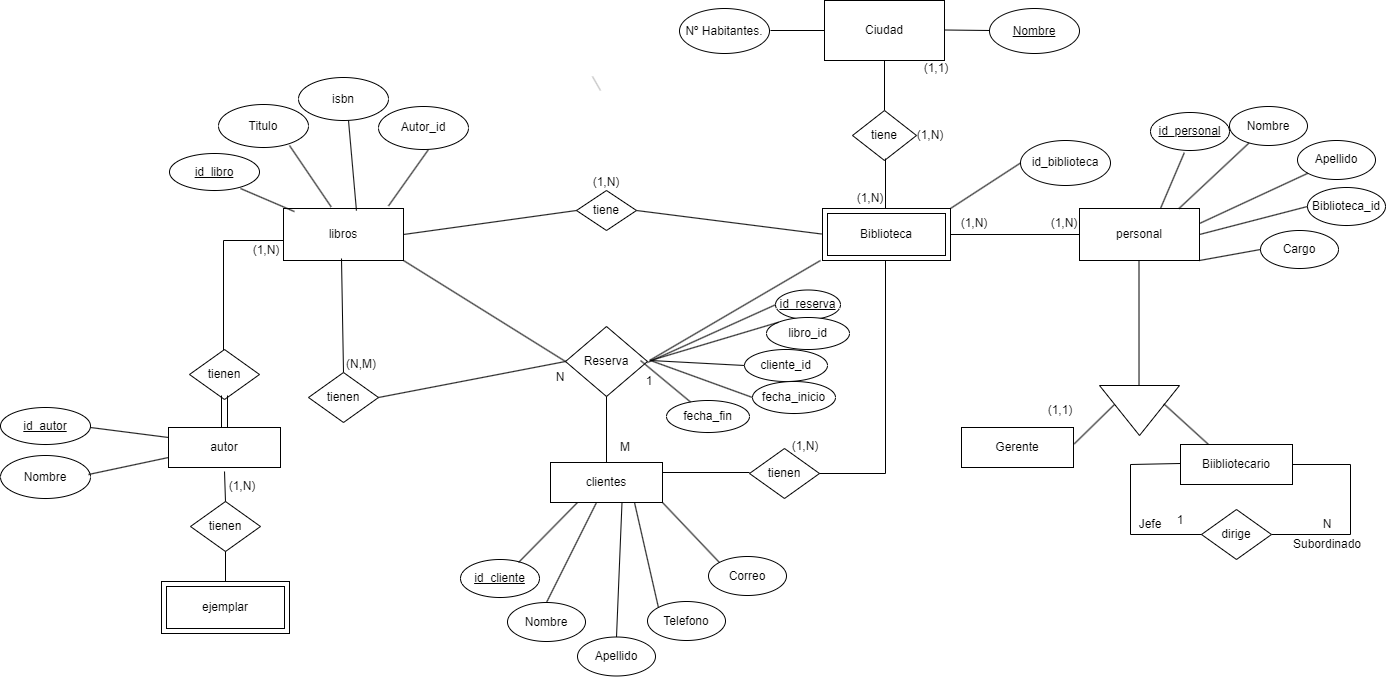
Earlier version of the draw.io export images/Diagrama_biblioteca.png (gmarquinez/Entity_Relationship). Source tidied: cells renumbered, new cells last; positions are measured from the earlier drawing's top-left corner, leaving out a move shared by most shapes.
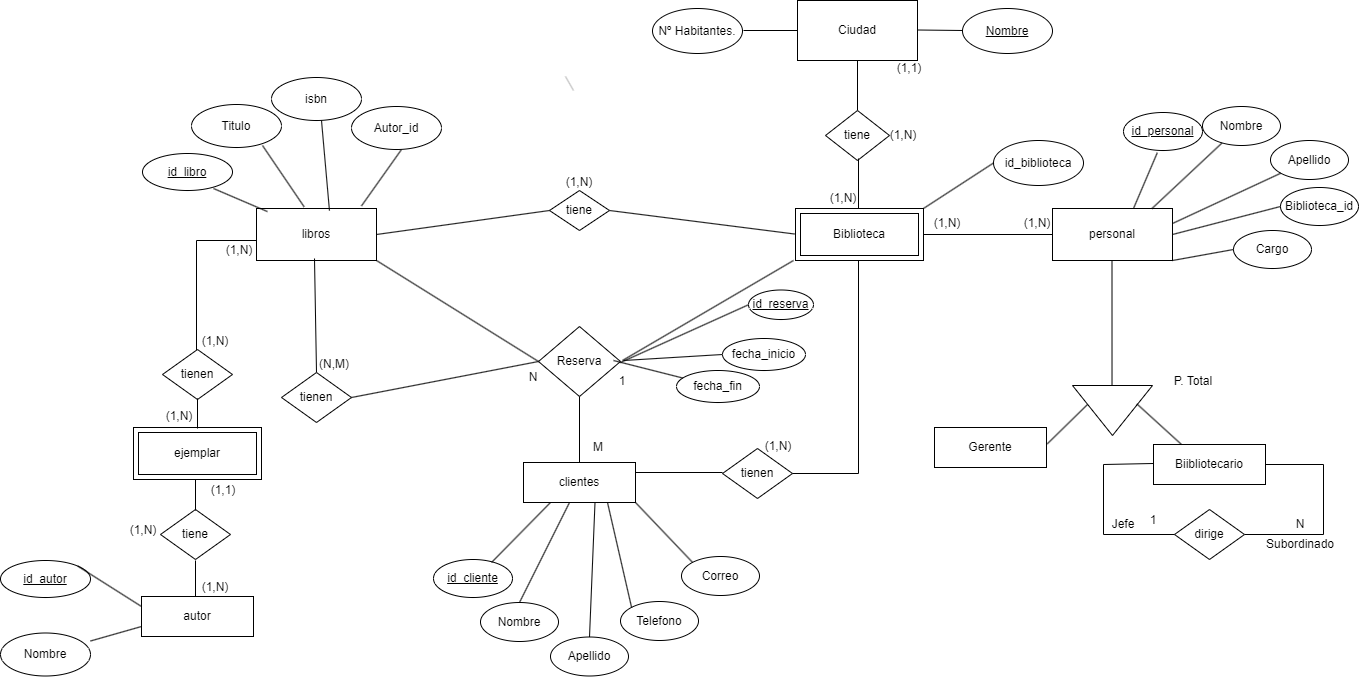
After the change.

Commit message:
fix() correction diagram

The edit, as a diff of the source:
```diff
@@ -116,38 +116,28 @@
     <mxCell id="29" value="tienen" style="rhombus;whiteSpace=wrap;html=1;" parent="1" vertex="1">
       <mxGeometry x="189" y="349" width="70" height="50" as="geometry" />
     </mxCell>
-    <mxCell id="30" style="endArrow=none;html=1;rounded=0;" parent="1" edge="1">
-      <mxGeometry relative="1" as="geometry">
-        <mxPoint x="227" y="431" as="sourcePoint" />
-        <mxPoint x="227" y="395" as="targetPoint" />
-      </mxGeometry>
-    </mxCell>
     <mxCell id="31" style="endArrow=none;html=1;rounded=0;" parent="1" edge="1">
       <mxGeometry relative="1" as="geometry">
-        <mxPoint x="221" y="431" as="sourcePoint" />
-        <mxPoint x="221" y="395" as="targetPoint" />
+        <mxPoint x="222" y="596" as="sourcePoint" />
+        <mxPoint x="222" y="560" as="targetPoint" />
       </mxGeometry>
     </mxCell>
     <mxCell id="32" value="autor" style="rounded=0;whiteSpace=wrap;html=1;" parent="1" vertex="1">
-      <mxGeometry x="168" y="427" width="112" height="40" as="geometry" />
+      <mxGeometry x="168" y="596" width="112" height="40" as="geometry" />
     </mxCell>
     <mxCell id="33" style="rounded=0;whiteSpace=wrap;html=1;" parent="1" vertex="1">
-      <mxGeometry x="161" y="581" width="128" height="52" as="geometry" />
+      <mxGeometry x="160" y="427" width="128" height="52" as="geometry" />
     </mxCell>
     <mxCell id="34" value="ejemplar" style="rounded=0;whiteSpace=wrap;html=1;" parent="1" vertex="1">
-      <mxGeometry x="166" y="586" width="118" height="42" as="geometry" />
+      <mxGeometry x="165" y="432" width="118" height="42" as="geometry" />
     </mxCell>
-    <mxCell id="35" value="tienen" style="rhombus;whiteSpace=wrap;html=1;" parent="1" vertex="1">
-      <mxGeometry x="190" y="501" width="70" height="50" as="geometry" />
+    <mxCell id="35" value="tiene" style="rhombus;whiteSpace=wrap;html=1;" parent="1" vertex="1">
+      <mxGeometry x="187" y="509" width="70" height="50" as="geometry" />
     </mxCell>
-    <mxCell id="36" style="endArrow=none;html=1;rounded=0;exitX=0.5;exitY=0;exitDx=0;exitDy=0;" parent="1" edge="1" source="35">
-      <mxGeometry relative="1" as="geometry">
-        <mxPoint x="224" y="471" as="targetPoint" />
-      </mxGeometry>
-    </mxCell>
-    <mxCell id="37" style="endArrow=none;html=1;rounded=0;entryX=0.5;entryY=1;entryDx=0;entryDy=0;" parent="1" edge="1" target="35">
+    <mxCell id="37" style="endArrow=none;html=1;rounded=0;entryX=0.5;entryY=1;entryDx=0;entryDy=0;" parent="1" edge="1">
       <mxGeometry relative="1" as="geometry">
-        <mxPoint x="225" y="581" as="sourcePoint" />
+        <mxPoint x="224" y="428" as="sourcePoint" />
+        <mxPoint x="224" y="398" as="targetPoint" />
       </mxGeometry>
     </mxCell>
     <mxCell id="38" style="endArrow=none;html=1;rounded=0;exitX=1;exitY=0.5;exitDx=0;exitDy=0;" parent="1" edge="1" source="9">
@@ -334,31 +324,23 @@
     <mxCell id="85" value="&lt;u&gt;id_reserva&lt;/u&gt;" style="ellipse;whiteSpace=wrap;html=1;" parent="1" vertex="1">
       <mxGeometry x="775" y="289.5" width="65" height="29.5" as="geometry" />
     </mxCell>
-    <mxCell id="86" value="cliente_id" style="ellipse;whiteSpace=wrap;html=1;" parent="1" vertex="1">
-      <mxGeometry x="744" y="349" width="83" height="32" as="geometry" />
-    </mxCell>
-    <mxCell id="87" value="libro_id" style="ellipse;whiteSpace=wrap;html=1;" parent="1" vertex="1">
-      <mxGeometry x="766" y="317" width="83" height="32" as="geometry" />
-    </mxCell>
-    <mxCell id="88" style="edgeStyle=orthogonalEdgeStyle;rounded=0;orthogonalLoop=1;jettySize=auto;html=1;exitX=0.5;exitY=1;exitDx=0;exitDy=0;" parent="1" edge="1" source="87" target="87">
-      <mxGeometry relative="1" as="geometry" />
+    <mxCell id="88" style="edgeStyle=orthogonalEdgeStyle;rounded=0;orthogonalLoop=1;jettySize=auto;html=1;exitX=0.5;exitY=1;exitDx=0;exitDy=0;" parent="1" edge="1">
+      <mxGeometry relative="1" as="geometry">
+        <mxPoint x="807.5" y="349" as="sourcePoint" />
+        <mxPoint x="807.5" y="349" as="targetPoint" />
+      </mxGeometry>
     </mxCell>
     <mxCell id="89" value="fecha_inicio" style="ellipse;whiteSpace=wrap;html=1;" parent="1" vertex="1">
-      <mxGeometry x="752" y="381" width="83" height="32" as="geometry" />
+      <mxGeometry x="749" y="338" width="83" height="32" as="geometry" />
     </mxCell>
     <mxCell id="90" value="fecha_fin" style="ellipse;whiteSpace=wrap;html=1;" parent="1" vertex="1">
-      <mxGeometry x="666" y="400" width="83" height="32" as="geometry" />
+      <mxGeometry x="703" y="370" width="83" height="32" as="geometry" />
     </mxCell>
     <mxCell id="91" style="endArrow=none;html=1;rounded=0;entryX=0;entryY=0.5;entryDx=0;entryDy=0;" parent="1" edge="1" target="85">
       <mxGeometry relative="1" as="geometry">
         <mxPoint x="647" y="362" as="sourcePoint" />
       </mxGeometry>
     </mxCell>
-    <mxCell id="92" style="endArrow=none;html=1;rounded=0;entryX=0;entryY=0;entryDx=0;entryDy=0;" parent="1" edge="1" target="87">
-      <mxGeometry relative="1" as="geometry">
-        <mxPoint x="650" y="360" as="sourcePoint" />
-      </mxGeometry>
-    </mxCell>
     <mxCell id="93" style="endArrow=none;html=1;rounded=0;exitX=0.915;exitY=0.486;exitDx=0;exitDy=0;exitPerimeter=0;" parent="1" edge="1" source="16" target="90">
       <mxGeometry relative="1" as="geometry" />
     </mxCell>
@@ -367,26 +349,17 @@
         <mxPoint x="650" y="360" as="sourcePoint" />
       </mxGeometry>
     </mxCell>
-    <mxCell id="95" style="endArrow=none;html=1;rounded=0;entryX=0;entryY=0.5;entryDx=0;entryDy=0;" parent="1" edge="1" target="86">
-      <mxGeometry relative="1" as="geometry">
-        <mxPoint x="650" y="360" as="sourcePoint" />
-      </mxGeometry>
-    </mxCell>
     <mxCell id="96" value="&lt;u&gt;id_autor&lt;/u&gt;" style="ellipse;whiteSpace=wrap;html=1;" parent="1" vertex="1">
-      <mxGeometry y="407" width="90" height="37" as="geometry" />
+      <mxGeometry x="27" y="560" width="90" height="37" as="geometry" />
     </mxCell>
     <mxCell id="97" value="Nombre" style="ellipse;whiteSpace=wrap;html=1;" parent="1" vertex="1">
-      <mxGeometry y="455" width="90" height="43" as="geometry" />
+      <mxGeometry x="27" y="632.5" width="90" height="43" as="geometry" />
     </mxCell>
-    <mxCell id="98" style="endArrow=none;html=1;rounded=0;entryX=0;entryY=0.25;entryDx=0;entryDy=0;" parent="1" edge="1" target="32">
-      <mxGeometry relative="1" as="geometry">
-        <mxPoint x="90" y="427" as="sourcePoint" />
-      </mxGeometry>
+    <mxCell id="98" style="endArrow=none;html=1;rounded=0;entryX=0;entryY=0.25;entryDx=0;entryDy=0;exitX=1;exitY=0;exitDx=0;exitDy=0;" parent="1" edge="1" source="96" target="32">
+      <mxGeometry relative="1" as="geometry" />
     </mxCell>
-    <mxCell id="99" style="endArrow=none;html=1;rounded=0;entryX=0;entryY=0.75;entryDx=0;entryDy=0;" parent="1" edge="1" target="32">
-      <mxGeometry relative="1" as="geometry">
-        <mxPoint x="88" y="474" as="sourcePoint" />
-      </mxGeometry>
+    <mxCell id="99" style="endArrow=none;html=1;rounded=0;entryX=0;entryY=0.75;entryDx=0;entryDy=0;exitX=1;exitY=0.186;exitDx=0;exitDy=0;exitPerimeter=0;" parent="1" edge="1" source="97" target="32">
+      <mxGeometry relative="1" as="geometry" />
     </mxCell>
     <mxCell id="100" value="&lt;u&gt;id_libro&lt;/u&gt;" style="ellipse;whiteSpace=wrap;html=1;" parent="1" vertex="1">
       <mxGeometry x="169" y="153" width="90" height="37" as="geometry" />
@@ -423,14 +396,32 @@
     <mxCell id="108" value="(1,N)" style="text;strokeColor=none;align=center;fillColor=none;html=1;verticalAlign=middle;whiteSpace=wrap;rounded=0;" parent="1" vertex="1">
       <mxGeometry x="576" y="167" width="60" height="30" as="geometry" />
     </mxCell>
-    <mxCell id="109" value="(1,N)" style="text;strokeColor=none;align=center;fillColor=none;html=1;verticalAlign=middle;whiteSpace=wrap;rounded=0;" parent="1" vertex="1">
-      <mxGeometry x="212" y="471" width="60" height="30" as="geometry" />
-    </mxCell>
     <mxCell id="110" value="(1,N)" style="text;strokeColor=none;align=center;fillColor=none;html=1;verticalAlign=middle;whiteSpace=wrap;rounded=0;" parent="1" vertex="1">
       <mxGeometry x="236" y="235" width="60" height="30" as="geometry" />
     </mxCell>
+    <mxCell id="112" value="(1,N)" style="text;strokeColor=none;align=center;fillColor=none;html=1;verticalAlign=middle;whiteSpace=wrap;rounded=0;" parent="1" vertex="1">
+      <mxGeometry x="212" y="326" width="60" height="30" as="geometry" />
+    </mxCell>
+    <mxCell id="113" value="(1,N)" style="text;strokeColor=none;align=center;fillColor=none;html=1;verticalAlign=middle;whiteSpace=wrap;rounded=0;" parent="1" vertex="1">
+      <mxGeometry x="176" y="401" width="60" height="30" as="geometry" />
+    </mxCell>
+    <mxCell id="114" style="endArrow=none;html=1;rounded=0;" parent="1" edge="1">
+      <mxGeometry relative="1" as="geometry">
+        <mxPoint x="222" y="510" as="sourcePoint" />
+        <mxPoint x="222" y="479" as="targetPoint" />
+      </mxGeometry>
+    </mxCell>
     <mxCell id="111" value="(1,1)" style="text;strokeColor=none;align=center;fillColor=none;html=1;verticalAlign=middle;whiteSpace=wrap;rounded=0;" parent="1" vertex="1">
-      <mxGeometry x="1030" y="395" width="60" height="30" as="geometry" />
+      <mxGeometry x="220" y="475" width="60" height="30" as="geometry" />
     </mxCell>
+    <mxCell id="115" value="(1,N)" style="text;strokeColor=none;align=center;fillColor=none;html=1;verticalAlign=middle;whiteSpace=wrap;rounded=0;" parent="1" vertex="1">
+      <mxGeometry x="140" y="515" width="60" height="30" as="geometry" />
+    </mxCell>
+    <mxCell id="116" value="(1,N)" style="text;strokeColor=none;align=center;fillColor=none;html=1;verticalAlign=middle;whiteSpace=wrap;rounded=0;" parent="1" vertex="1">
+      <mxGeometry x="212" y="572" width="60" height="30" as="geometry" />
+    </mxCell>
+    <mxCell id="117" value="P. Total" style="text;strokeColor=none;align=center;fillColor=none;html=1;verticalAlign=middle;whiteSpace=wrap;rounded=0;" parent="1" vertex="1">
+      <mxGeometry x="1190" y="366" width="60" height="30" as="geometry" />
+    </mxCell>
   </root>
 </mxGraphModel>
```
